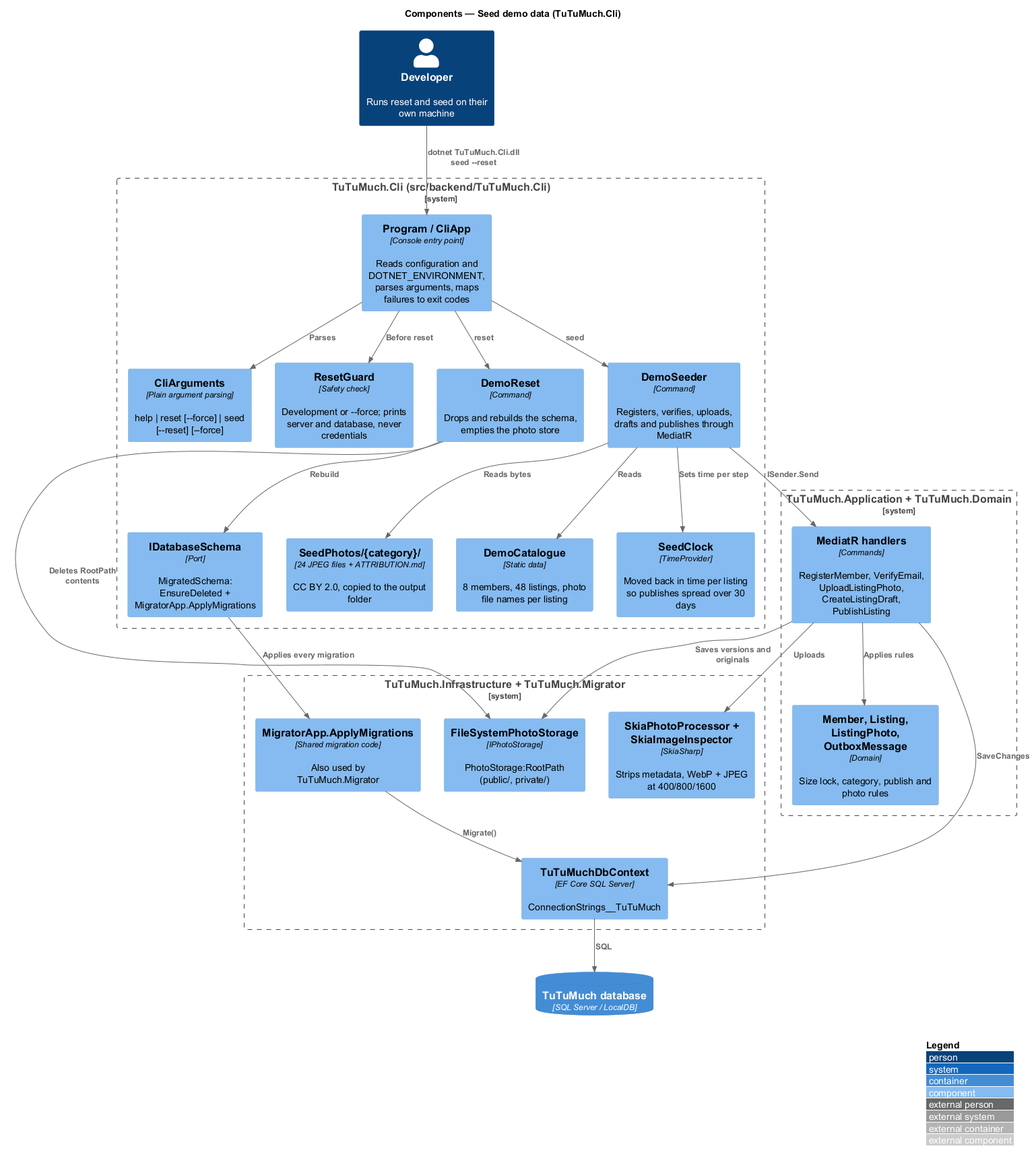
Earlier version of the PlantUML export docs/detailed-designs/platform/seed-demo-data/diagrams/c4-component.png (QuinntyneBrown/sycapooke). The source it was exported from:
```plantuml
@startuml
!include <C4/C4_Component>
LAYOUT_WITH_LEGEND()
title Components — Seed demo data (TuTuMuch.Cli)

Person(dev, "Developer", "Runs reset and seed on their own machine")
System_Boundary(cli, "TuTuMuch.Cli (src/backend/TuTuMuch.Cli)") {
  Component(program, "Program / CliApp", "Console entry point", "Reads configuration and DOTNET_ENVIRONMENT, parses arguments, maps failures to exit codes")
  Component(args, "CliArguments", "Plain argument parsing", "help | reset [~--force] | seed [~--reset] [~--force]")
  Component(guard, "ResetGuard", "Safety check", "Development or ~--force; prints server and database, never credentials")
  Component(reset, "DemoReset", "Command", "Drops and rebuilds the schema, empties the photo store")
  Component(schema, "IDatabaseSchema", "Port", "MigratedSchema: EnsureDeleted + MigratorApp.ApplyMigrations")
  Component(seeder, "DemoSeeder", "Command", "Registers, verifies, uploads, drafts and publishes through MediatR")
  Component(catalogue, "DemoCatalogue", "Static data", "8 members, 48 listings, photo file names per listing")
  Component(clock, "SeedClock", "TimeProvider", "Moved back in time per listing so publishes spread over 30 days")
  Component(photos, "SeedPhotos/{category}/", "24 JPEG files + ATTRIBUTION.md", "CC BY 2.0, copied to the output folder")
}
System_Boundary(app, "TuTuMuch.Application + TuTuMuch.Domain") {
  Component(cmds, "MediatR handlers", "Commands", "RegisterMember, VerifyEmail, UploadListingPhoto, CreateListingDraft, PublishListing")
  Component(domain, "Member, Listing, ListingPhoto, OutboxMessage", "Domain", "Size lock, category, publish and photo rules")
}
System_Boundary(infra, "TuTuMuch.Infrastructure + TuTuMuch.Migrator") {
  Component(db, "TuTuMuchDbContext", "EF Core SQL Server", "ConnectionStrings__TuTuMuch")
  Component(pipeline, "SkiaPhotoProcessor + SkiaImageInspector", "SkiaSharp", "Strips metadata, WebP + JPEG at 400/800/1600")
  Component(store, "FileSystemPhotoStorage", "IPhotoStorage", "PhotoStorage:RootPath (public/, private/)")
  Component(migrator, "MigratorApp.ApplyMigrations", "Shared migration code", "Also used by TuTuMuch.Migrator")
}
ContainerDb(sql, "TuTuMuch database", "SQL Server / LocalDB")
Rel(dev, program, "dotnet TuTuMuch.Cli.dll seed --reset")
Rel(program, args, "Parses")
Rel(program, guard, "Before reset")
Rel(program, reset, "reset")
Rel(program, seeder, "seed")
Rel(reset, schema, "Rebuild")
Rel(schema, migrator, "Applies every migration")
Rel(reset, store, "Deletes RootPath contents")
Rel(seeder, catalogue, "Reads")
Rel(seeder, photos, "Reads bytes")
Rel(seeder, clock, "Sets time per step")
Rel(seeder, cmds, "ISender.Send")
Rel(cmds, domain, "Applies rules")
Rel(cmds, pipeline, "Uploads")
Rel(cmds, store, "Saves versions and originals")
Rel(cmds, db, "SaveChanges")
Rel(migrator, db, "Migrate()")
Rel(db, sql, "SQL")
@enduml
```
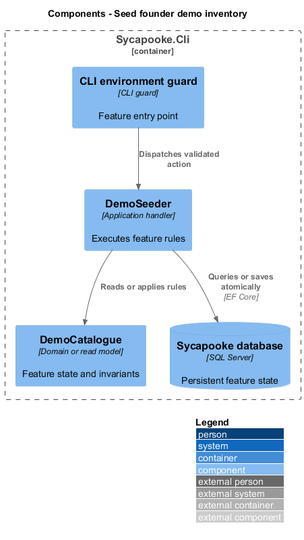
After the change.

What changed in the source:
```diff
@@ -1,47 +1,14 @@
 @startuml
 !include <C4/C4_Component>
 LAYOUT_WITH_LEGEND()
-title Components — Seed demo data (TuTuMuch.Cli)
-
-Person(dev, "Developer", "Runs reset and seed on their own machine")
-System_Boundary(cli, "TuTuMuch.Cli (src/backend/TuTuMuch.Cli)") {
-  Component(program, "Program / CliApp", "Console entry point", "Reads configuration and DOTNET_ENVIRONMENT, parses arguments, maps failures to exit codes")
-  Component(args, "CliArguments", "Plain argument parsing", "help | reset [~--force] | seed [~--reset] [~--force]")
-  Component(guard, "ResetGuard", "Safety check", "Development or ~--force; prints server and database, never credentials")
-  Component(reset, "DemoReset", "Command", "Drops and rebuilds the schema, empties the photo store")
-  Component(schema, "IDatabaseSchema", "Port", "MigratedSchema: EnsureDeleted + MigratorApp.ApplyMigrations")
-  Component(seeder, "DemoSeeder", "Command", "Registers, verifies, uploads, drafts and publishes through MediatR")
-  Component(catalogue, "DemoCatalogue", "Static data", "8 members, 48 listings, photo file names per listing")
-  Component(clock, "SeedClock", "TimeProvider", "Moved back in time per listing so publishes spread over 30 days")
-  Component(photos, "SeedPhotos/{category}/", "24 JPEG files + ATTRIBUTION.md", "CC BY 2.0, copied to the output folder")
+title Components - Seed founder demo inventory
+Container_Boundary(slice, "Sycapooke.Cli") {
+  Component(entry, "CLI environment guard", "CLI guard", "Feature entry point")
+  Component(handler, "DemoSeeder", "Application handler", "Executes feature rules")
+  Component(entity, "DemoCatalogue", "Domain or read model", "Feature state and invariants")
+  ComponentDb(db, "Sycapooke database", "SQL Server", "Persistent feature state")
 }
-System_Boundary(app, "TuTuMuch.Application + TuTuMuch.Domain") {
-  Component(cmds, "MediatR handlers", "Commands", "RegisterMember, VerifyEmail, UploadListingPhoto, CreateListingDraft, PublishListing")
-  Component(domain, "Member, Listing, ListingPhoto, OutboxMessage", "Domain", "Size lock, category, publish and photo rules")
-}
-System_Boundary(infra, "TuTuMuch.Infrastructure + TuTuMuch.Migrator") {
-  Component(db, "TuTuMuchDbContext", "EF Core SQL Server", "ConnectionStrings__TuTuMuch")
-  Component(pipeline, "SkiaPhotoProcessor + SkiaImageInspector", "SkiaSharp", "Strips metadata, WebP + JPEG at 400/800/1600")
-  Component(store, "FileSystemPhotoStorage", "IPhotoStorage", "PhotoStorage:RootPath (public/, private/)")
-  Component(migrator, "MigratorApp.ApplyMigrations", "Shared migration code", "Also used by TuTuMuch.Migrator")
-}
-ContainerDb(sql, "TuTuMuch database", "SQL Server / LocalDB")
-Rel(dev, program, "dotnet TuTuMuch.Cli.dll seed --reset")
-Rel(program, args, "Parses")
-Rel(program, guard, "Before reset")
-Rel(program, reset, "reset")
-Rel(program, seeder, "seed")
-Rel(reset, schema, "Rebuild")
-Rel(schema, migrator, "Applies every migration")
-Rel(reset, store, "Deletes RootPath contents")
-Rel(seeder, catalogue, "Reads")
-Rel(seeder, photos, "Reads bytes")
-Rel(seeder, clock, "Sets time per step")
-Rel(seeder, cmds, "ISender.Send")
-Rel(cmds, domain, "Applies rules")
-Rel(cmds, pipeline, "Uploads")
-Rel(cmds, store, "Saves versions and originals")
-Rel(cmds, db, "SaveChanges")
-Rel(migrator, db, "Migrate()")
-Rel(db, sql, "SQL")
+Rel(entry, handler, "Dispatches validated action")
+Rel(handler, entity, "Reads or applies rules")
+Rel(handler, db, "Queries or saves atomically", "EF Core")
 @enduml
```
